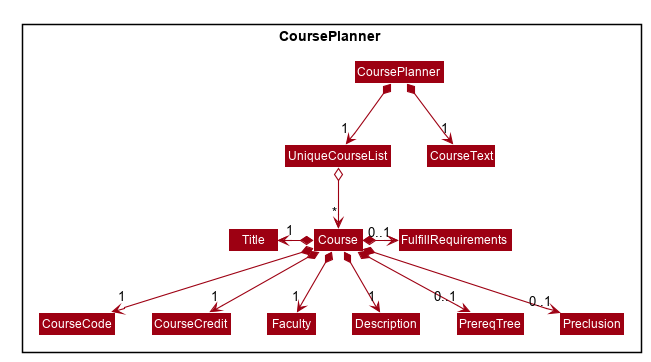
nus-cs2103-AY1920S1/addressbook-level3 keeps this PlantUML diagram as docs/images/ModelCoursePlannerClassDiagram.png. Above is the earlier version.
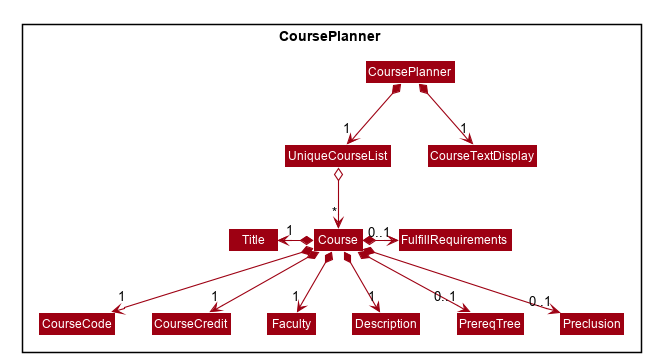
Above is the later version.

Commit message:
update course planner section of dg

What changed in the source:
```diff
@@ -55,7 +55,7 @@
     Class CoursePlanner
     Class UniqueCourseList
     Class Course
-    Class CourseText
+    Class CourseTextDisplay
 
     Class Title
     Class CourseCode
@@ -77,5 +77,5 @@
 Course *-right-> "0..1" FulfillRequirements
 UniqueCourseList o--> "*" Course
 CoursePlanner *--> "1" UniqueCourseList
-CoursePlanner *--> "1" CourseText
+CoursePlanner *--> "1" CourseTextDisplay
 @enduml
```
